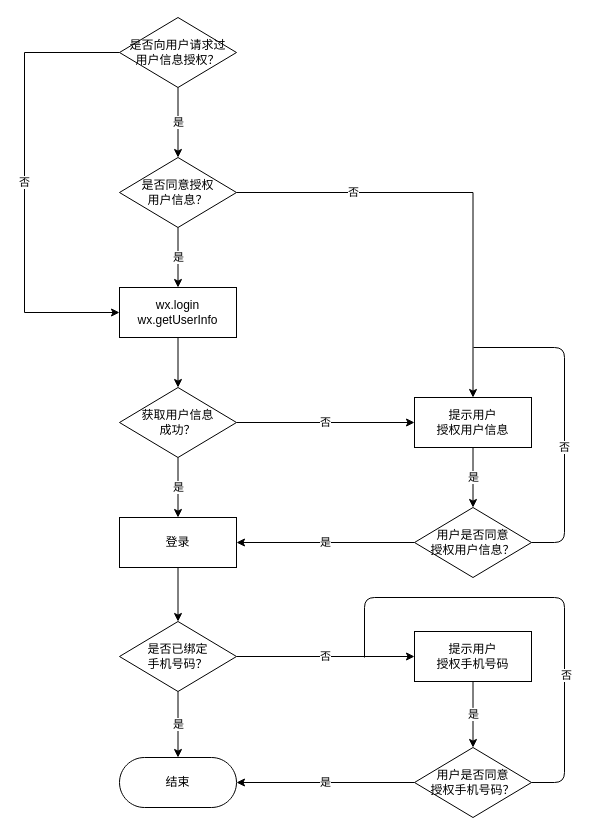
The draw.io diagram Untitled Diagram.drawio in wdj1/vue-list, before the edit. Source tidied: cells renumbered, new cells numbered last; positions are measured from the earlier drawing's top-left corner, leaving out a move shared by most shapes. Both pictures are drawn from the tidied source at 100%, with x=0, y=0 at pixel (24, 17).
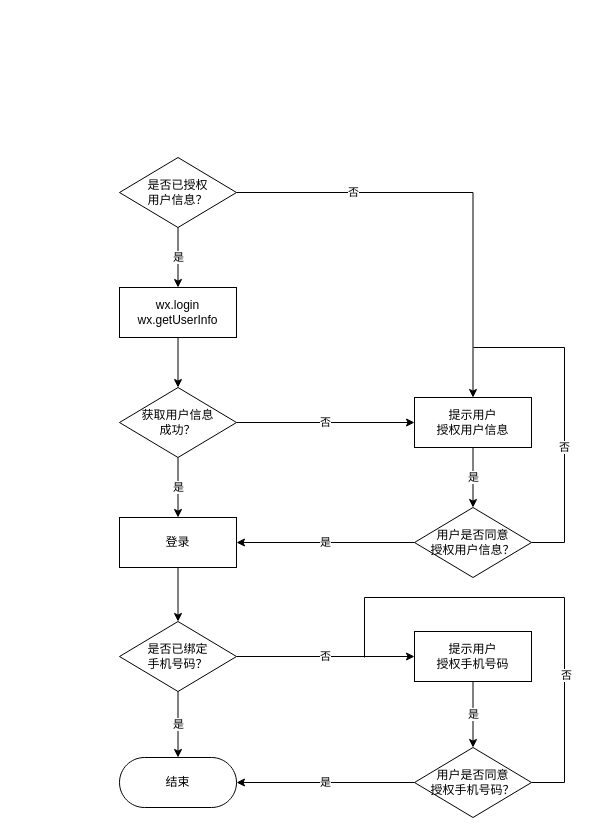
The same diagram, later.

Commit message:
删除未授权过的逻辑

The change refers to these unchanged cells:
```xml
<mxCell id="5" value="wx.login&lt;br&gt;wx.getUserInfo" style="html=1;dashed=0;whitespace=wrap;rounded=0;shadow=0;whiteSpace=wrap;" parent="1" vertex="1">
  <mxGeometry x="95" y="270" width="117" height="50" as="geometry" />
</mxCell>
<mxCell id="20" value="用户是否同意&lt;br&gt;授权用户信息？" style="shape=rhombus;html=1;dashed=0;whitespace=wrap;perimeter=rhombusPerimeter;rounded=0;shadow=0;whiteSpace=wrap;" parent="1" vertex="1">
  <mxGeometry x="390" y="490" width="117" height="70" as="geometry" />
</mxCell>
<mxCell id="26" value="用户是否同意&lt;br&gt;授权手机号码？" style="shape=rhombus;html=1;dashed=0;whitespace=wrap;perimeter=rhombusPerimeter;rounded=0;shadow=0;whiteSpace=wrap;" parent="1" vertex="1">
  <mxGeometry x="390" y="730" width="117" height="70" as="geometry" />
</mxCell>
```

The edit, as a diff of the source:
```diff
@@
-    <mxCell id="3" value="是否同意授权&lt;br&gt;用户信息？" style="shape=rhombus;html=1;dashed=0;whitespace=wrap;perimeter=rhombusPerimeter;rounded=0;shadow=0;whiteSpace=wrap;" parent="1" vertex="1">
+    <mxCell id="3" value="是否已授权&lt;br&gt;用户信息？" style="shape=rhombus;html=1;dashed=0;whitespace=wrap;perimeter=rhombusPerimeter;rounded=0;shadow=0;whiteSpace=wrap;" parent="1" vertex="1">
       <mxGeometry x="95" y="140" width="117" height="70" as="geometry" />
     </mxCell>
@@
-    <mxCell id="21" value="否" style="endArrow=none;html=1;shadow=0;exitX=1;exitY=0.5;exitDx=0;exitDy=0;" parent="1" edge="1" source="20">
+    <mxCell id="21" value="否" style="endArrow=none;html=1;shadow=0;exitX=1;exitY=0.5;exitDx=0;exitDy=0;sketch=0;rounded=0;" parent="1" edge="1" source="20">
       <mxGeometry x="-0.2" relative="1" as="geometry">
         <mxPoint x="449" y="330" as="targetPoint" />
         <Array as="points">
           <mxPoint x="540" y="525" />
           <mxPoint x="540" y="330" />
         </Array>
       </mxGeometry>
     </mxCell>
-    <mxCell id="22" value="是" style="edgeStyle=orthogonalEdgeStyle;rounded=0;jettySize=auto;html=1;shadow=0;" parent="1" edge="1" source="24" target="3">
-      <mxGeometry relative="1" as="geometry" />
-    </mxCell>
-    <mxCell id="23" value="否" style="edgeStyle=orthogonalEdgeStyle;rounded=0;jettySize=auto;html=1;exitX=0;exitY=0.5;exitDx=0;exitDy=0;entryX=0;entryY=0.5;entryDx=0;entryDy=0;shadow=0;" parent="1" edge="1" source="24" target="5">
-      <mxGeometry relative="1" as="geometry">
-        <Array as="points">
-          <mxPoint y="35" />
-          <mxPoint y="295" />
-        </Array>
-      </mxGeometry>
-    </mxCell>
-    <mxCell id="24" value="是否向用户请求过&lt;br&gt;用户信息授权？" style="shape=rhombus;html=1;dashed=0;whitespace=wrap;perimeter=rhombusPerimeter;rounded=0;shadow=0;whiteSpace=wrap;" parent="1" vertex="1">
-      <mxGeometry x="95" width="117" height="70" as="geometry" />
-    </mxCell>
@@
-    <mxCell id="28" style="endArrow=none;html=1;shadow=0;exitX=1;exitY=0.5;exitDx=0;exitDy=0;" parent="1" edge="1" source="26">
+    <mxCell id="28" style="endArrow=none;html=1;shadow=0;exitX=1;exitY=0.5;exitDx=0;exitDy=0;rounded=0;" parent="1" edge="1" source="26">
       <mxGeometry relative="1" as="geometry">
         <mxPoint x="340" y="640" as="targetPoint" />
         <Array as="points">
           <mxPoint x="540" y="765" />
           <mxPoint x="540" y="580" />
           <mxPoint x="340" y="580" />
         </Array>
       </mxGeometry>
     </mxCell>
```
